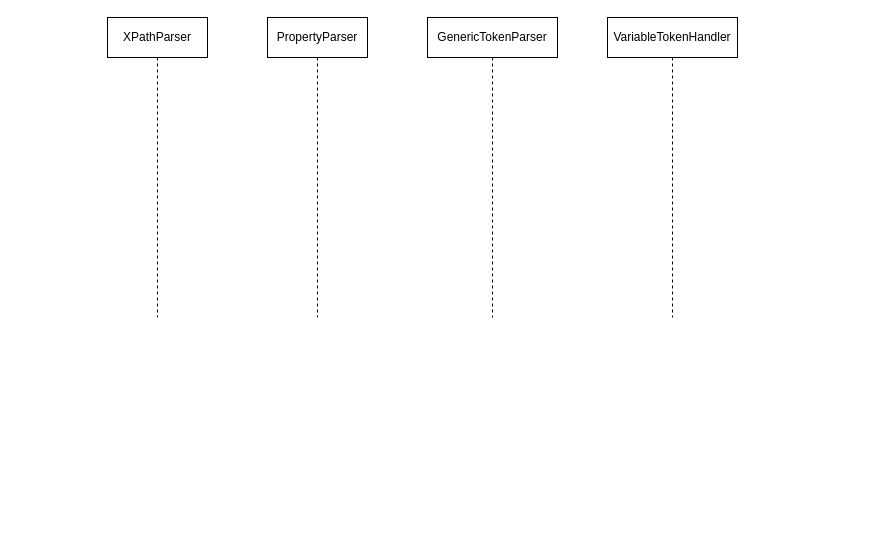
Above: mybatis xml解析器.drawio in featherbrainna/diagrams (draw.io), before the change. Source tidied: cells renumbered, new cells numbered last; positions are measured from the earlier drawing's top-left corner, leaving out a move shared by most shapes. Both pictures are drawn from the tidied source at 100%, with x=0, y=0 at pixel (107, 17).
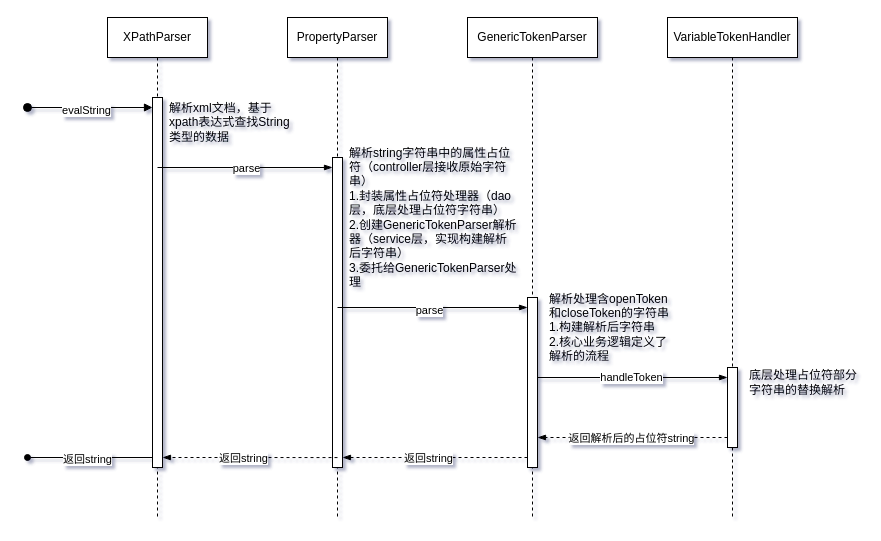
The same diagram, later.

Commit message (it also covers changes not shown here):
更新mybatis xml解析器.drawio

Change to the diagram source:
```diff
@@
-<mxGraphModel>
+<mxGraphModel background="#FFFFFF" shadow="1">
@@
     <mxCell id="2" value="PropertyParser" style="shape=umlLifeline;perimeter=lifelinePerimeter;whiteSpace=wrap;html=1;newEdgeStyle={&quot;edgeStyle&quot;:&quot;elbowEdgeStyle&quot;,&quot;elbow&quot;:&quot;vertical&quot;,&quot;curved&quot;:0,&quot;rounded&quot;:0};" parent="1" vertex="1">
-      <mxGeometry x="160" width="100" height="300" as="geometry" />
+      <mxGeometry x="180" width="100" height="500" as="geometry" />
     </mxCell>
+    <mxCell id="6" style="html=1;points=[];perimeter=orthogonalPerimeter;outlineConnect=0;targetShapes=umlLifeline;portConstraint=eastwest;newEdgeStyle={&quot;edgeStyle&quot;:&quot;elbowEdgeStyle&quot;,&quot;elbow&quot;:&quot;vertical&quot;,&quot;curved&quot;:0,&quot;rounded&quot;:0};" parent="2" vertex="1">
+      <mxGeometry x="45" y="140" width="10" height="310" as="geometry" />
+    </mxCell>
     <mxCell id="3" value="GenericTokenParser" style="shape=umlLifeline;perimeter=lifelinePerimeter;whiteSpace=wrap;html=1;newEdgeStyle={&quot;edgeStyle&quot;:&quot;elbowEdgeStyle&quot;,&quot;elbow&quot;:&quot;vertical&quot;,&quot;curved&quot;:0,&quot;rounded&quot;:0};" parent="1" vertex="1">
-      <mxGeometry x="320" width="130" height="300" as="geometry" />
+      <mxGeometry x="360" width="130" height="500" as="geometry" />
     </mxCell>
+    <mxCell id="7" style="html=1;points=[];perimeter=orthogonalPerimeter;outlineConnect=0;targetShapes=umlLifeline;portConstraint=eastwest;newEdgeStyle={&quot;edgeStyle&quot;:&quot;elbowEdgeStyle&quot;,&quot;elbow&quot;:&quot;vertical&quot;,&quot;curved&quot;:0,&quot;rounded&quot;:0};" parent="3" vertex="1">
+      <mxGeometry x="60" y="280" width="10" height="170" as="geometry" />
+    </mxCell>
     <mxCell id="4" value="VariableTokenHandler" style="shape=umlLifeline;perimeter=lifelinePerimeter;whiteSpace=wrap;html=1;newEdgeStyle={&quot;edgeStyle&quot;:&quot;elbowEdgeStyle&quot;,&quot;elbow&quot;:&quot;vertical&quot;,&quot;curved&quot;:0,&quot;rounded&quot;:0};" parent="1" vertex="1">
-      <mxGeometry x="500" width="130" height="300" as="geometry" />
+      <mxGeometry x="560" width="130" height="500" as="geometry" />
     </mxCell>
+    <mxCell id="8" style="html=1;points=[];perimeter=orthogonalPerimeter;outlineConnect=0;targetShapes=umlLifeline;portConstraint=eastwest;newEdgeStyle={&quot;edgeStyle&quot;:&quot;elbowEdgeStyle&quot;,&quot;elbow&quot;:&quot;vertical&quot;,&quot;curved&quot;:0,&quot;rounded&quot;:0};" parent="4" vertex="1">
+      <mxGeometry x="60" y="350" width="10" height="80" as="geometry" />
+    </mxCell>
     <mxCell id="5" value="XPathParser" style="shape=umlLifeline;perimeter=lifelinePerimeter;whiteSpace=wrap;html=1;newEdgeStyle={&quot;edgeStyle&quot;:&quot;elbowEdgeStyle&quot;,&quot;elbow&quot;:&quot;vertical&quot;,&quot;curved&quot;:0,&quot;rounded&quot;:0};" parent="1" vertex="1">
-      <mxGeometry width="100" height="300" as="geometry" />
+      <mxGeometry width="100" height="500" as="geometry" />
     </mxCell>
+    <mxCell id="9" style="html=1;points=[];perimeter=orthogonalPerimeter;outlineConnect=0;targetShapes=umlLifeline;portConstraint=eastwest;newEdgeStyle={&quot;edgeStyle&quot;:&quot;elbowEdgeStyle&quot;,&quot;elbow&quot;:&quot;vertical&quot;,&quot;curved&quot;:0,&quot;rounded&quot;:0};" parent="5" vertex="1">
+      <mxGeometry x="45" y="80" width="10" height="370" as="geometry" />
+    </mxCell>
+    <mxCell id="10" style="html=1;verticalAlign=bottom;startArrow=oval;endArrow=block;startSize=8;edgeStyle=elbowEdgeStyle;elbow=vertical;curved=0;rounded=0;" parent="1" edge="1" target="9">
+      <mxGeometry relative="1" as="geometry">
+        <mxPoint x="-80" y="90" as="sourcePoint" />
+      </mxGeometry>
+    </mxCell>
+    <mxCell id="11" value="evalString" style="edgeLabel;html=1;align=center;verticalAlign=middle;" parent="10" vertex="1">
+      <mxGeometry x="-0.08" y="-2" relative="1" as="geometry" />
+    </mxCell>
+    <mxCell id="12" value="解析xml文档，基于xpath表达式查找String类型的数据" style="text;html=1;strokeColor=none;fillColor=none;align=left;verticalAlign=middle;whiteSpace=wrap;rounded=0;" parent="1" vertex="1">
+      <mxGeometry x="60" y="80" width="130" height="50" as="geometry" />
+    </mxCell>
+    <mxCell id="13" style="endArrow=blockThin;endFill=1;endSize=6;html=1;rounded=0;exitX=0.5;exitY=0.875;exitDx=0;exitDy=0;exitPerimeter=0;" parent="1" edge="1">
+      <mxGeometry relative="1" as="geometry">
+        <mxPoint x="50" y="150" as="sourcePoint" />
+        <mxPoint x="225" y="150" as="targetPoint" />
+      </mxGeometry>
+    </mxCell>
+    <mxCell id="14" value="parse" style="edgeLabel;html=1;align=center;verticalAlign=middle;" parent="13" vertex="1">
+      <mxGeometry relative="1" as="geometry" />
+    </mxCell>
+    <mxCell id="15" value="解析string字符串中的属性占位符（controller层接收原始字符串）&lt;br&gt;1.封装属性占位符处理器（dao层，底层处理占位符字符串）&lt;br&gt;2.创建GenericTokenParser解析器（service层，实现构建解析后字符串）&lt;br&gt;3.委托给GenericTokenParser处理" style="text;html=1;strokeColor=none;fillColor=none;align=left;verticalAlign=middle;whiteSpace=wrap;rounded=0;" parent="1" vertex="1">
+      <mxGeometry x="240" y="140" width="170" height="120" as="geometry" />
+    </mxCell>
+    <mxCell id="16" style="endArrow=blockThin;endFill=1;endSize=6;html=1;rounded=0;" parent="1" edge="1" target="7">
+      <mxGeometry relative="1" as="geometry">
+        <mxPoint x="230" y="290" as="sourcePoint" />
+      </mxGeometry>
+    </mxCell>
+    <mxCell id="17" value="parse" style="edgeLabel;html=1;align=center;verticalAlign=middle;" parent="16" vertex="1">
+      <mxGeometry x="-0.04" y="-2" relative="1" as="geometry" />
+    </mxCell>
+    <mxCell id="18" value="解析处理含openToken和closeToken的字符串&lt;br&gt;1.构建解析后字符串&lt;br&gt;2.核心业务逻辑定义了解析的流程" style="text;html=1;strokeColor=none;fillColor=none;align=left;verticalAlign=middle;whiteSpace=wrap;rounded=0;" parent="1" vertex="1">
+      <mxGeometry x="440" y="280" width="130" height="60" as="geometry" />
+    </mxCell>
+    <mxCell id="19" style="endArrow=blockThin;endFill=1;endSize=6;html=1;rounded=0;" parent="1" edge="1" target="8">
+      <mxGeometry relative="1" as="geometry">
+        <mxPoint x="430" y="360" as="sourcePoint" />
+      </mxGeometry>
+    </mxCell>
+    <mxCell id="20" value="handleToken" style="edgeLabel;html=1;align=center;verticalAlign=middle;" parent="19" vertex="1">
+      <mxGeometry x="-0.02" y="1" relative="1" as="geometry" />
+    </mxCell>
+    <mxCell id="21" value="底层处理占位符部分字符串的替换解析" style="text;html=1;strokeColor=none;fillColor=none;align=left;verticalAlign=middle;whiteSpace=wrap;rounded=0;" parent="1" vertex="1">
+      <mxGeometry x="640" y="350" width="110" height="30" as="geometry" />
+    </mxCell>
+    <mxCell id="22" style="endArrow=blockThin;endFill=1;endSize=6;html=1;rounded=0;dashed=1;" parent="1" edge="1" source="8" target="7">
+      <mxGeometry relative="1" as="geometry">
+        <Array as="points">
+          <mxPoint x="484.5" y="420" />
+        </Array>
+      </mxGeometry>
+    </mxCell>
+    <mxCell id="23" value="返回解析后的占位符string" style="edgeLabel;html=1;align=center;verticalAlign=middle;" parent="22" vertex="1">
+      <mxGeometry x="0.02" relative="1" as="geometry" />
+    </mxCell>
+    <mxCell id="24" style="endArrow=blockThin;endFill=1;endSize=6;html=1;rounded=0;dashed=1;" parent="1" edge="1">
+      <mxGeometry relative="1" as="geometry">
+        <mxPoint x="420" y="440" as="sourcePoint" />
+        <mxPoint x="235" y="440" as="targetPoint" />
+        <Array as="points">
+          <mxPoint x="289.5" y="440" />
+        </Array>
+      </mxGeometry>
+    </mxCell>
+    <mxCell id="25" value="返回string" style="edgeLabel;html=1;align=center;verticalAlign=middle;" parent="24" vertex="1">
+      <mxGeometry x="0.08" relative="1" as="geometry" />
+    </mxCell>
+    <mxCell id="26" style="endArrow=blockThin;endFill=1;endSize=6;html=1;rounded=0;dashed=1;exitX=0.5;exitY=0.968;exitDx=0;exitDy=0;exitPerimeter=0;" parent="1" edge="1" source="6">
+      <mxGeometry relative="1" as="geometry">
+        <mxPoint x="55" y="440" as="targetPoint" />
+        <Array as="points">
+          <mxPoint x="109.5" y="440" />
+        </Array>
+      </mxGeometry>
+    </mxCell>
+    <mxCell id="27" value="返回string" style="edgeLabel;html=1;align=center;verticalAlign=middle;" parent="26" vertex="1">
+      <mxGeometry x="0.08" relative="1" as="geometry" />
+    </mxCell>
+    <mxCell id="28" style="endArrow=oval;endFill=1;endSize=6;html=1;rounded=0;" parent="1" edge="1" source="9">
+      <mxGeometry relative="1" as="geometry">
+        <mxPoint x="-80" y="440" as="targetPoint" />
+      </mxGeometry>
+    </mxCell>
+    <mxCell id="29" value="返回string" style="edgeLabel;html=1;align=center;verticalAlign=middle;" parent="28" vertex="1">
+      <mxGeometry x="0.05" y="1" relative="1" as="geometry" />
+    </mxCell>
```
